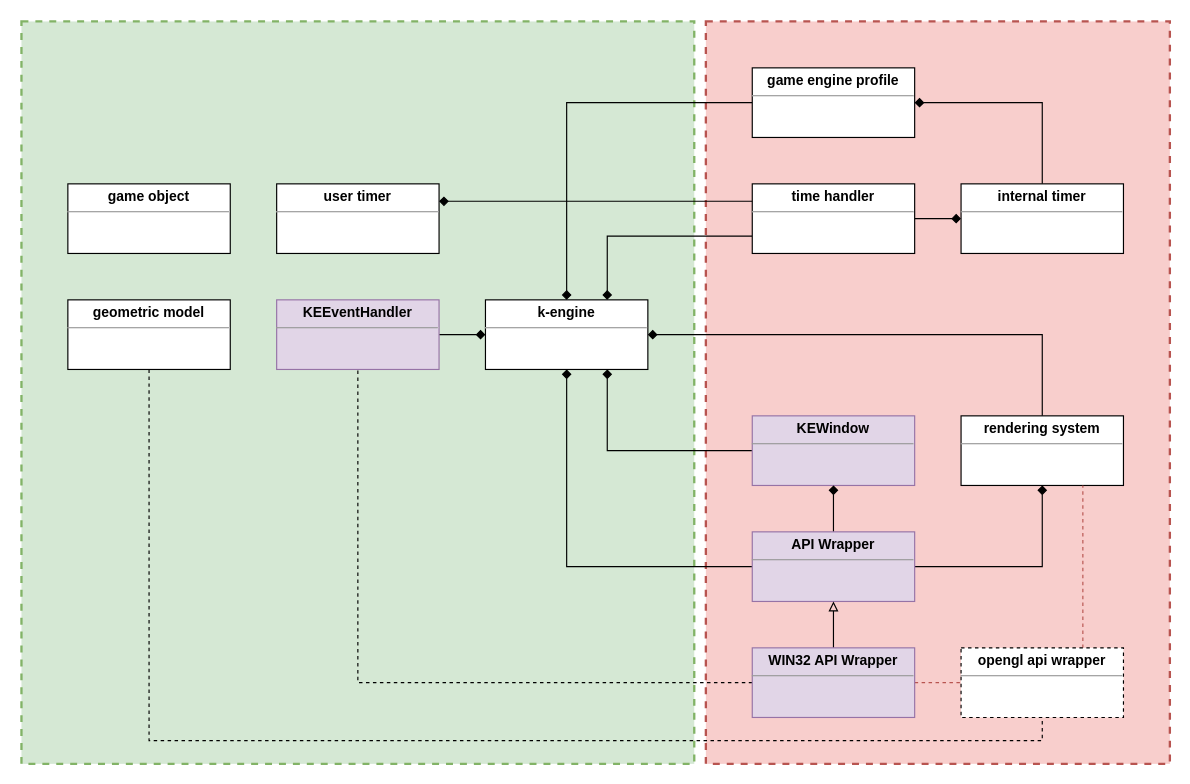
Above: _docs/k-engine-classes.drawio in Keshizin/k-engine (draw.io), before the change. Source tidied: cells renumbered, new cells numbered last; positions are measured from the earlier drawing's top-left corner, leaving out a move shared by most shapes. Both pictures are drawn from the tidied source at 116%, with x=0, y=0 at pixel (21, 21).
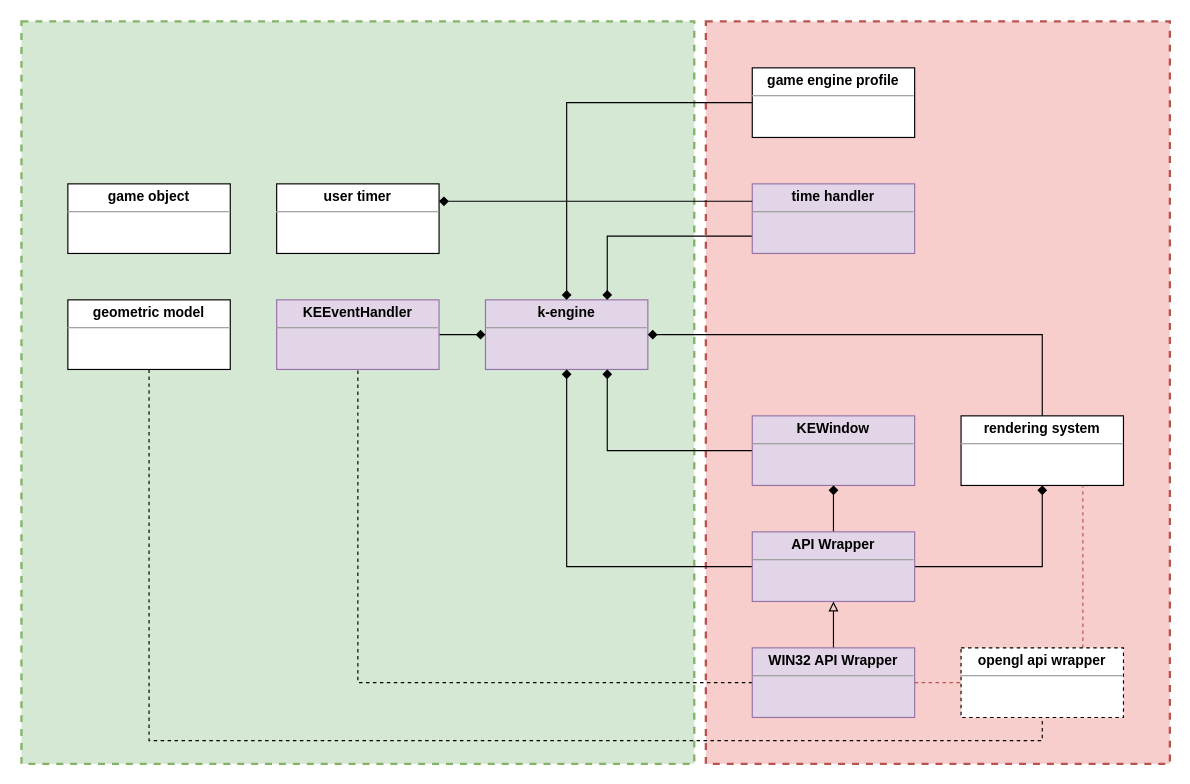
The same page after the edit.

The change refers to these unchanged cells:
```xml
<mxCell id="25" value="&lt;p style=&quot;margin: 0px ; margin-top: 4px ; text-align: center&quot;&gt;&lt;b&gt;game engine profile&lt;/b&gt;&lt;/p&gt;&lt;hr size=&quot;1&quot;&gt;&lt;div style=&quot;height: 2px&quot;&gt;&lt;/div&gt;" style="verticalAlign=top;align=left;overflow=fill;fontSize=12;fontFamily=Helvetica;html=1;" parent="1" vertex="1">
  <mxGeometry x="630" y="40" width="140" height="60" as="geometry" />
</mxCell>
```

Change to the diagram source:
```diff
@@
-    <mxCell id="4" value="&lt;p style=&quot;margin: 0px ; margin-top: 4px ; text-align: center&quot;&gt;&lt;b&gt;k-engine&lt;/b&gt;&lt;/p&gt;&lt;hr size=&quot;1&quot;&gt;&lt;div style=&quot;height: 2px&quot;&gt;&lt;/div&gt;" style="verticalAlign=top;align=left;overflow=fill;fontSize=12;fontFamily=Helvetica;html=1;" parent="1" vertex="1">
+    <mxCell id="4" value="&lt;p style=&quot;margin: 0px ; margin-top: 4px ; text-align: center&quot;&gt;&lt;b&gt;k-engine&lt;/b&gt;&lt;/p&gt;&lt;hr size=&quot;1&quot;&gt;&lt;div style=&quot;height: 2px&quot;&gt;&lt;/div&gt;" style="verticalAlign=top;align=left;overflow=fill;fontSize=12;fontFamily=Helvetica;html=1;fillColor=#e1d5e7;strokeColor=#9673a6;" parent="1" vertex="1">
       <mxGeometry x="400" y="240" width="140" height="60" as="geometry" />
     </mxCell>
@@
-    <mxCell id="20" style="edgeStyle=orthogonalEdgeStyle;rounded=0;jettySize=auto;html=1;endArrow=diamond;endFill=1;" parent="1" edge="1" source="21" target="23">
-      <mxGeometry relative="1" as="geometry" />
-    </mxCell>
-    <mxCell id="21" value="&lt;p style=&quot;margin: 0px ; margin-top: 4px ; text-align: center&quot;&gt;&lt;b&gt;time handler&lt;/b&gt;&lt;/p&gt;&lt;hr size=&quot;1&quot;&gt;&lt;div style=&quot;height: 2px&quot;&gt;&lt;/div&gt;" style="verticalAlign=top;align=left;overflow=fill;fontSize=12;fontFamily=Helvetica;html=1;" parent="1" vertex="1">
+    <mxCell id="21" value="&lt;p style=&quot;margin: 0px ; margin-top: 4px ; text-align: center&quot;&gt;&lt;b&gt;time handler&lt;/b&gt;&lt;/p&gt;&lt;hr size=&quot;1&quot;&gt;&lt;div style=&quot;height: 2px&quot;&gt;&lt;/div&gt;" style="verticalAlign=top;align=left;overflow=fill;fontSize=12;fontFamily=Helvetica;html=1;fillColor=#e1d5e7;strokeColor=#9673a6;" parent="1" vertex="1">
       <mxGeometry x="630" y="140" width="140" height="60" as="geometry" />
     </mxCell>
-    <mxCell id="22" style="edgeStyle=orthogonalEdgeStyle;rounded=0;jettySize=auto;html=1;endArrow=diamond;endFill=1;entryX=1;entryY=0.5;entryDx=0;entryDy=0;exitX=0.5;exitY=0;exitDx=0;exitDy=0;" parent="1" edge="1" source="23" target="25">
-      <mxGeometry relative="1" as="geometry" />
-    </mxCell>
-    <mxCell id="23" value="&lt;p style=&quot;margin: 0px ; margin-top: 4px ; text-align: center&quot;&gt;&lt;b&gt;internal timer&lt;/b&gt;&lt;/p&gt;&lt;hr size=&quot;1&quot;&gt;&lt;div style=&quot;height: 2px&quot;&gt;&lt;/div&gt;" style="verticalAlign=top;align=left;overflow=fill;fontSize=12;fontFamily=Helvetica;html=1;" parent="1" vertex="1">
-      <mxGeometry x="810" y="140" width="140" height="60" as="geometry" />
-    </mxCell>
```
